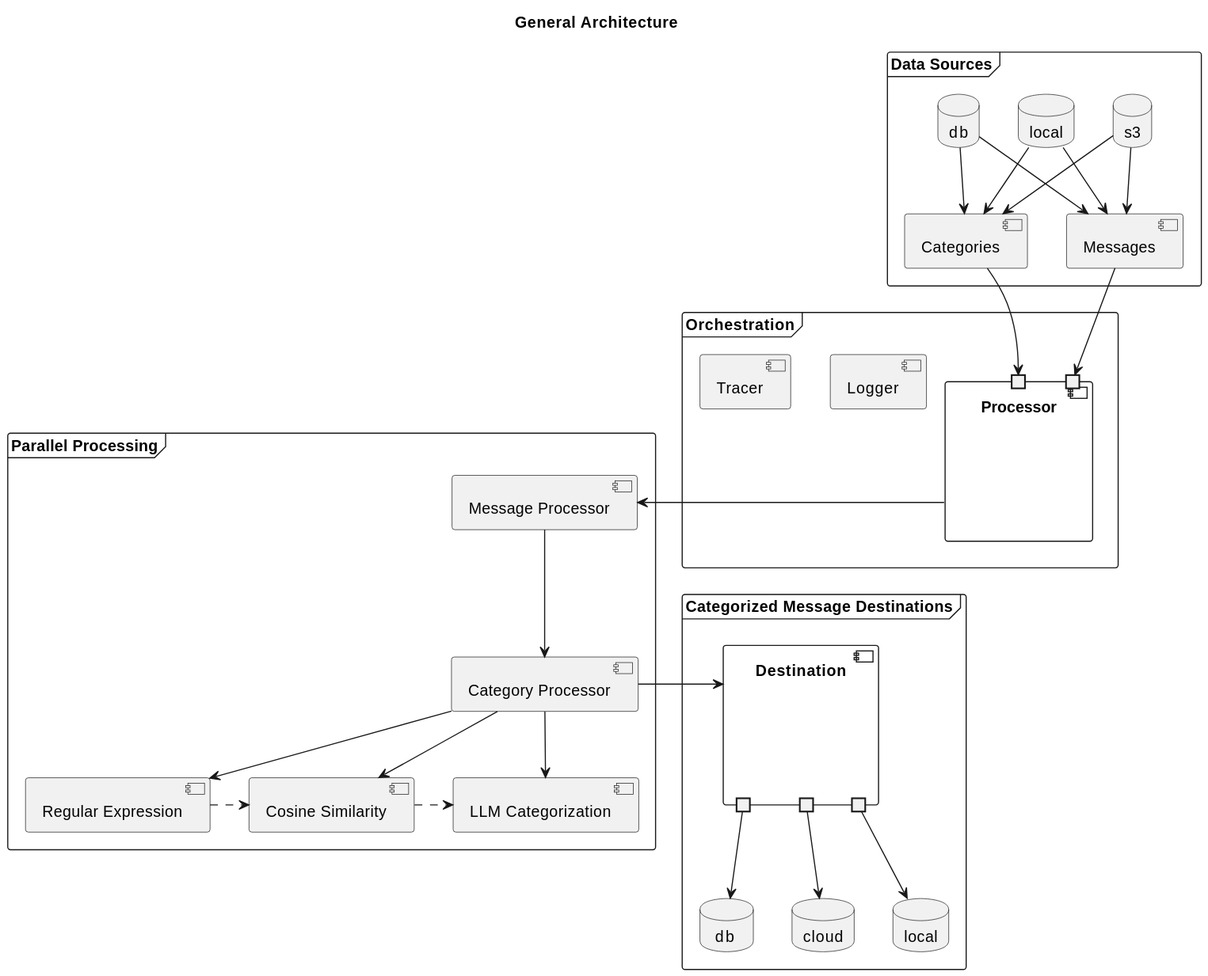
Above: doc/diagrams/architecture/General Architecture.svg in agramirez/deterministic-categorization (PlantUML), before the change.
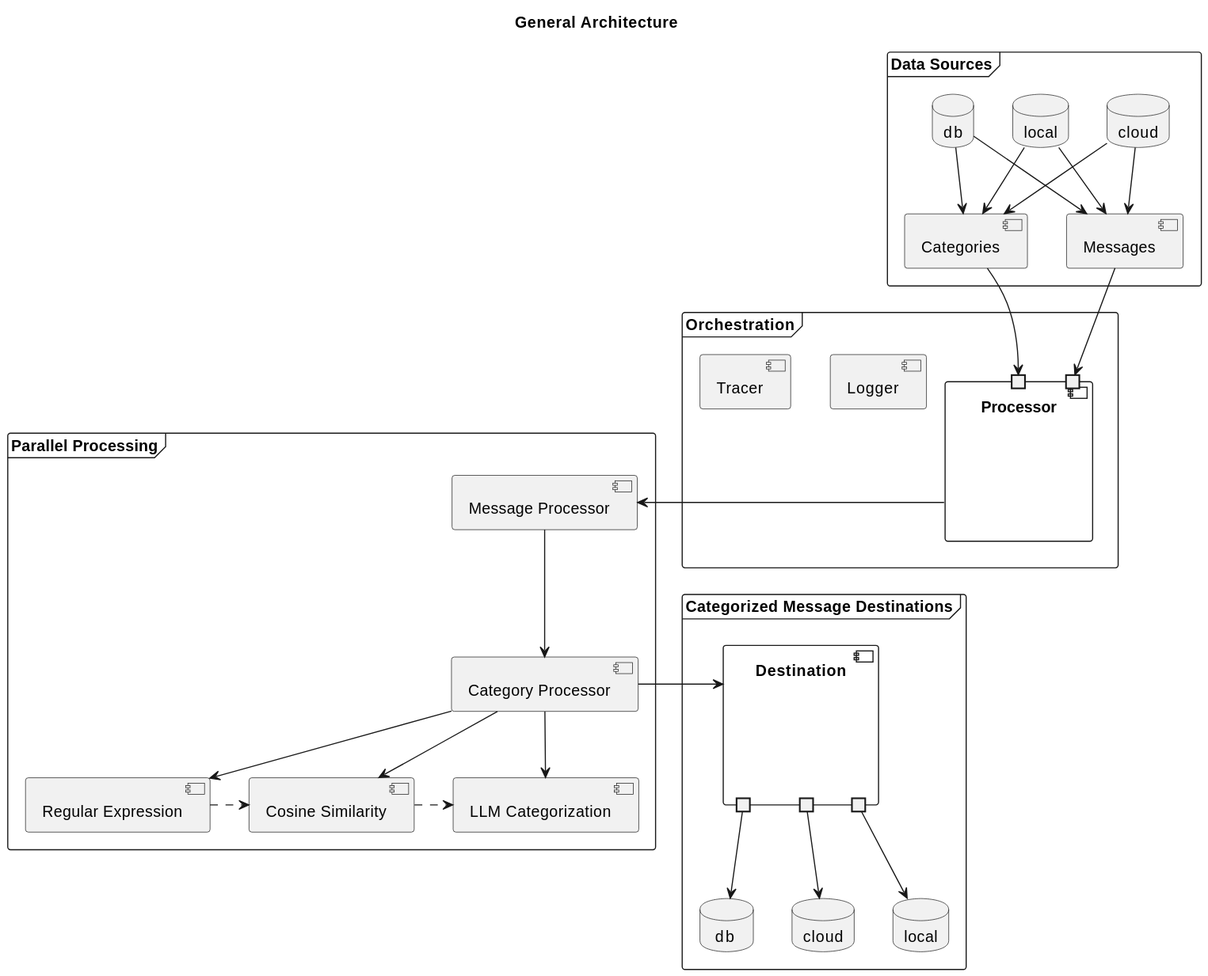
The same diagram one commit later.

Commit message:
Updated diagram with previous changes

Diff of the diagram source:
```diff
@@ -3,7 +3,7 @@
 
 frame "Data Sources" as ds {
     database db
-    database s3
+    database cloud as s3
     database local
 
     [Categories]
```
